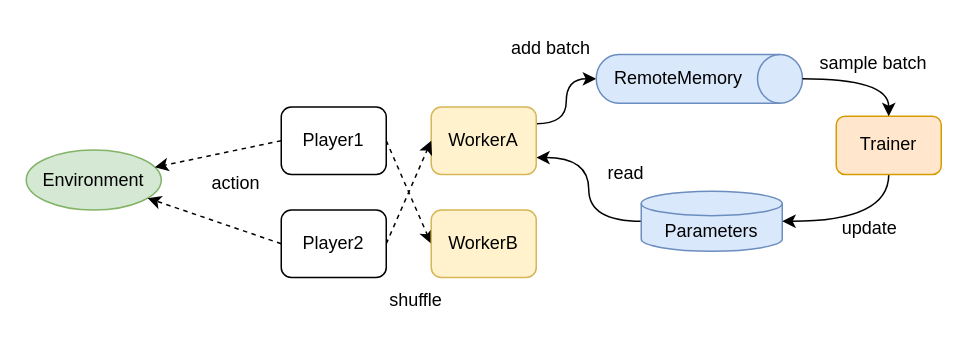
Before: page "multiplay" (3 of 3) of diagrams/overview.drawio in pocokhc/simple_distributed_rl, a draw.io diagram. Source tidied: cells renumbered, new cells numbered last; positions are measured from the earlier drawing's top-left corner, leaving out a move shared by most shapes. Both pictures are drawn from the tidied source at 150%, with x=0, y=0 at pixel (26, -26).
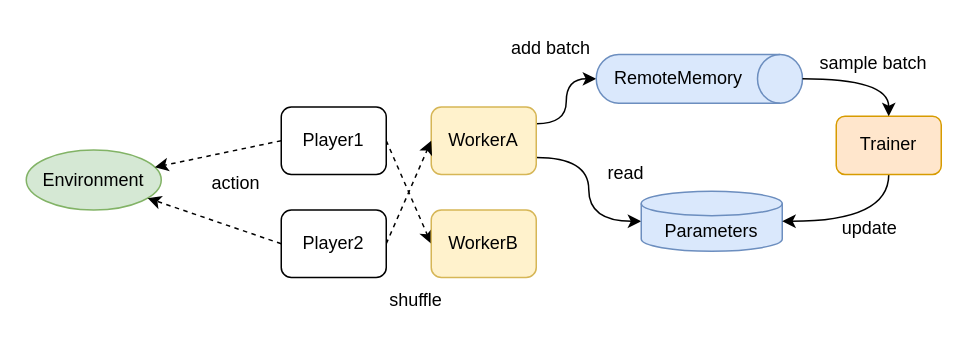
After the change.

Unchanged cells that the change refers to:
```xml
<mxCell id="4" value="Parameters" style="shape=cylinder3;whiteSpace=wrap;html=1;boundedLbl=1;backgroundOutline=1;size=8.142857142857167;fillColor=#dae8fc;strokeColor=#6c8ebf;" parent="1" vertex="1">
  <mxGeometry x="410" y="144" width="94" height="40" as="geometry" />
</mxCell>
<mxCell id="8" value="WorkerA" style="rounded=1;whiteSpace=wrap;html=1;fillColor=#fff2cc;strokeColor=#d6b656;" parent="1" vertex="1">
  <mxGeometry x="270" y="87.8" width="70" height="45" as="geometry" />
</mxCell>
```

The edit, as a diff of the source:
```diff
@@
-    <mxCell id="3" style="edgeStyle=orthogonalEdgeStyle;curved=1;rounded=0;jettySize=auto;html=1;exitX=0;exitY=0.5;exitDx=0;exitDy=0;exitPerimeter=0;entryX=1;entryY=0.75;entryDx=0;entryDy=0;" parent="1" edge="1" source="4" target="8">
+    <mxCell id="3" style="edgeStyle=orthogonalEdgeStyle;curved=1;rounded=0;jettySize=auto;html=1;exitX=0;exitY=0.5;exitDx=0;exitDy=0;exitPerimeter=0;entryX=1;entryY=0.75;entryDx=0;entryDy=0;startArrow=classic;startFill=1;endArrow=none;endFill=0;" parent="1" edge="1" source="4" target="8">
       <mxGeometry relative="1" as="geometry" />
     </mxCell>
```
